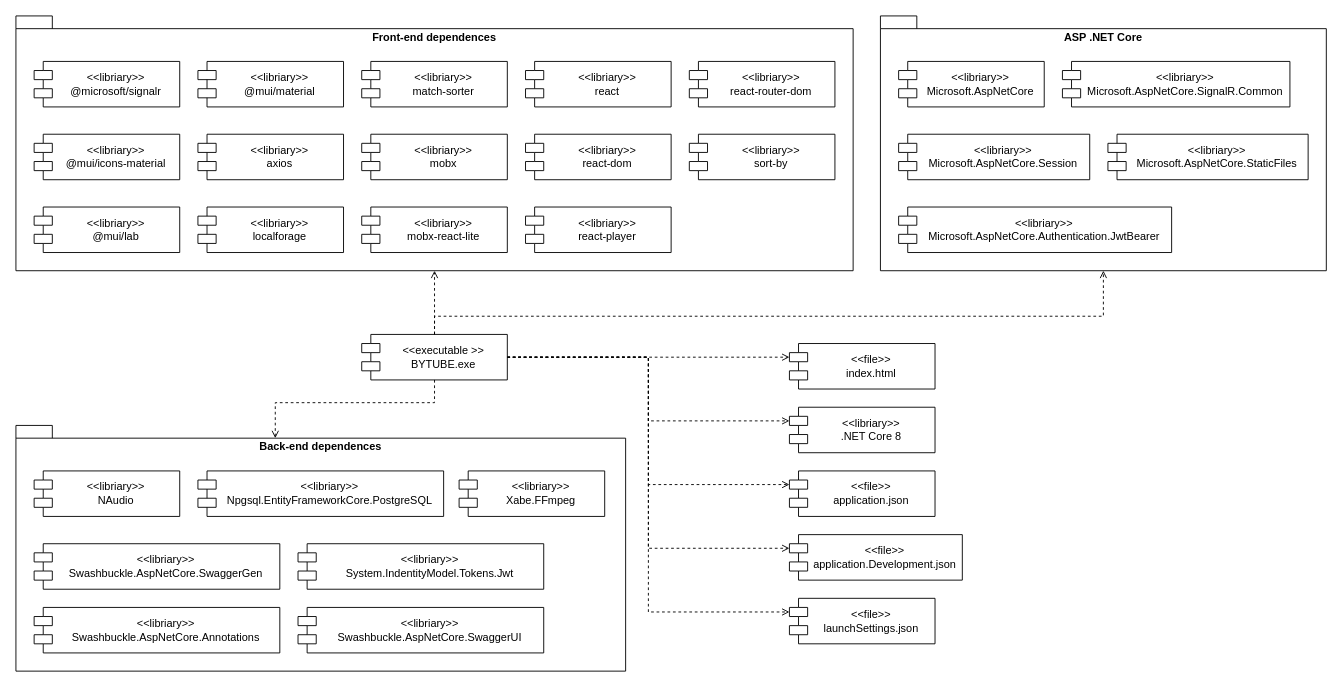
Before: Components.drawio in DioMain/BYTUBE, a draw.io diagram. Source tidied: cells renumbered, new cells numbered last; positions are measured from the earlier drawing's top-left corner, leaving out a move shared by most shapes. Both pictures are drawn from the tidied source at 91%, with x=0, y=0 at pixel (15, 15).
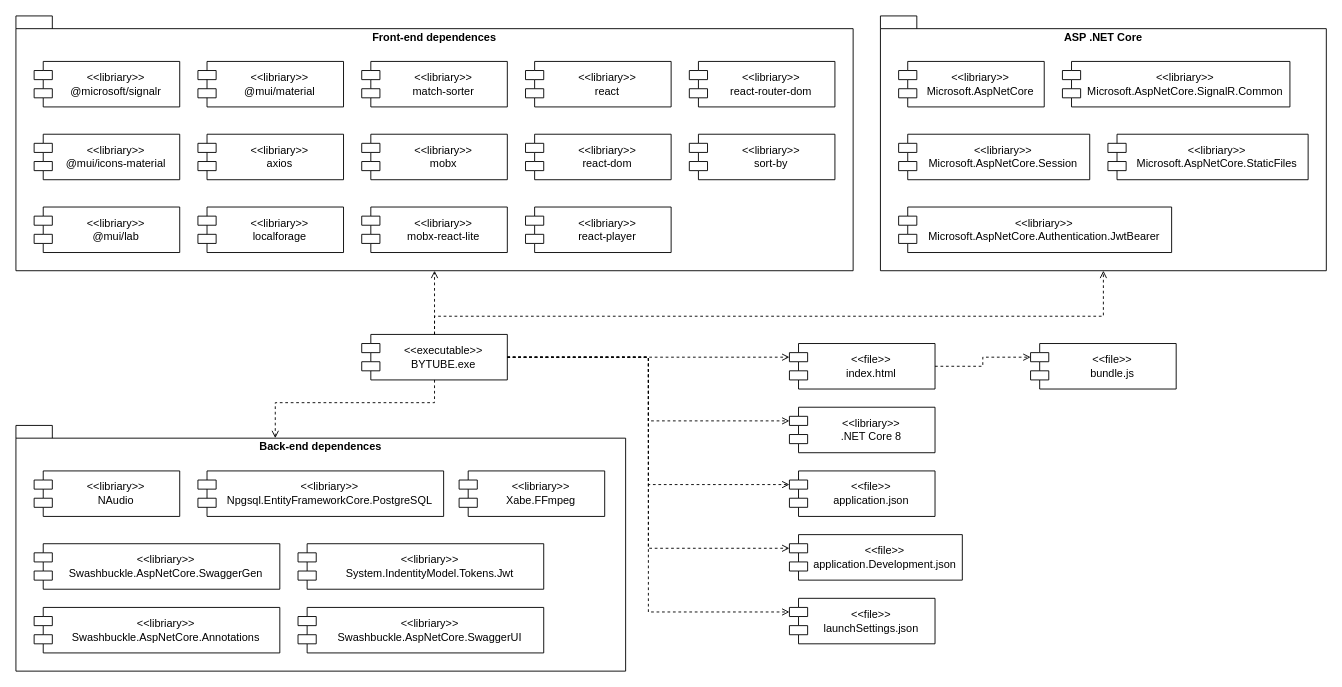
After the change.

The change refers to these unchanged cells:
```xml
<mxCell id="15" value="&amp;lt;&amp;lt;file&amp;gt;&amp;gt;&lt;div&gt;index.html&lt;/div&gt;" style="shape=module;align=left;spacingLeft=20;align=center;verticalAlign=middle;whiteSpace=wrap;html=1;" parent="1" vertex="1">
  <mxGeometry x="850" y="360" width="160" height="50" as="geometry" />
</mxCell>
```

Change to the diagram source:
```diff
@@
-    <mxCell id="2" value="&amp;lt;&amp;lt;executable &amp;gt;&amp;gt;&lt;div&gt;BYTUBE.exe&lt;br&gt;&lt;/div&gt;" style="shape=module;align=left;spacingLeft=20;align=center;verticalAlign=middle;whiteSpace=wrap;html=1;" parent="1" vertex="1">
+    <mxCell id="2" value="&amp;lt;&amp;lt;executable&amp;gt;&amp;gt;&lt;div&gt;BYTUBE.exe&lt;br&gt;&lt;/div&gt;" style="shape=module;align=left;spacingLeft=20;align=center;verticalAlign=middle;whiteSpace=wrap;html=1;" parent="1" vertex="1">
       <mxGeometry x="380" y="350" width="160" height="50" as="geometry" />
     </mxCell>
@@
+    <mxCell id="45" value="&amp;lt;&amp;lt;file&amp;gt;&amp;gt;&lt;div&gt;bundle.js&lt;/div&gt;" style="shape=module;align=left;spacingLeft=20;align=center;verticalAlign=middle;whiteSpace=wrap;html=1;" parent="1" vertex="1">
+      <mxGeometry x="1115" y="360" width="160" height="50" as="geometry" />
+    </mxCell>
+    <mxCell id="46" style="edgeStyle=orthogonalEdgeStyle;shape=connector;rounded=0;jettySize=auto;html=1;entryX=0;entryY=0;entryDx=0;entryDy=15;entryPerimeter=0;dashed=1;strokeColor=default;align=center;verticalAlign=middle;fontFamily=Helvetica;fontSize=11;fontColor=default;labelBackgroundColor=default;endArrow=open;endFill=0;" parent="1" edge="1" source="15" target="45">
+      <mxGeometry relative="1" as="geometry" />
+    </mxCell>
```
